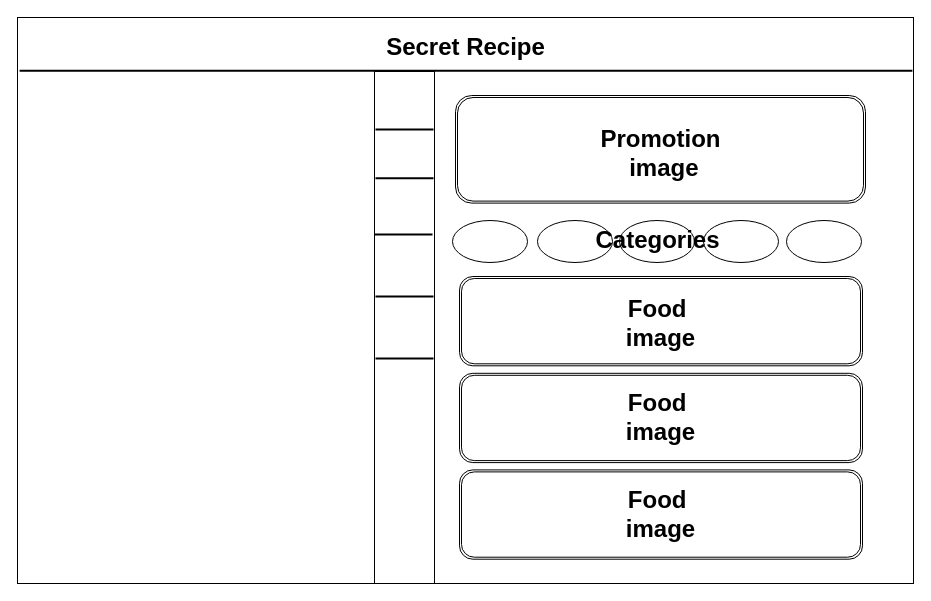
Before: Untitled Diagram.drawio in VisualGitCode/VisualGitCode.github.io, a draw.io diagram. Source tidied: cells renumbered, new cells numbered last; positions are measured from the earlier drawing's top-left corner, leaving out a move shared by most shapes. Both pictures are drawn from the tidied source at 100%, with x=0, y=0 at pixel (17, 17).
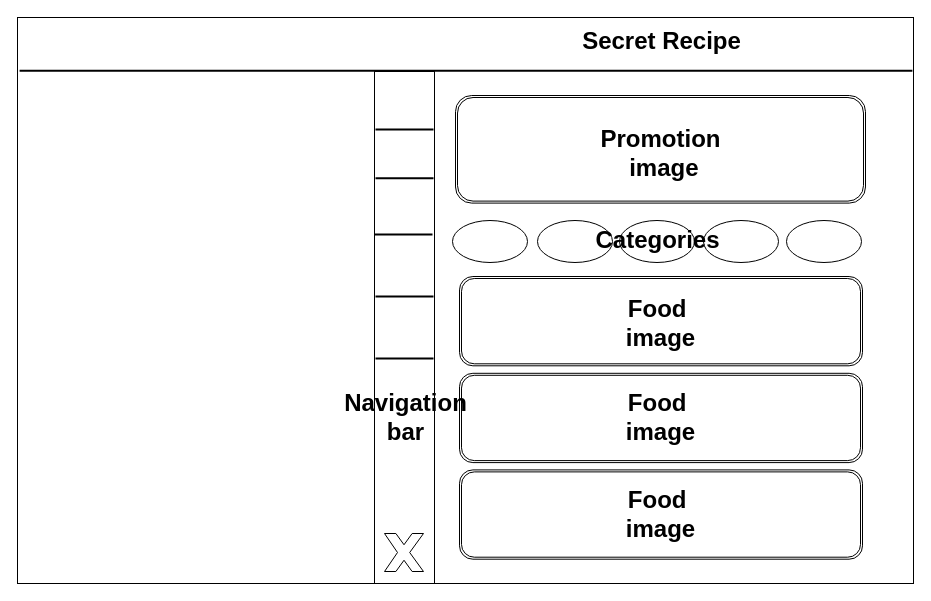
The same page after the edit.

The change refers to these unchanged cells:
```xml
<mxCell id="2" style="group;" parent="1" vertex="1">
  <mxGeometry width="896" height="566" as="geometry" />
</mxCell>
```

Change to the diagram source:
```diff
@@
     <mxCell id="5" value="Secret Recipe" style="text;strokeColor=none;fillColor=none;html=1;fontSize=24;fontStyle=1;verticalAlign=middle;align=center;" parent="2" vertex="1">
-      <mxGeometry x="394.3" y="5.9" width="107.4" height="47.4" as="geometry" />
+      <mxGeometry x="589.8" width="107.4" height="47.4" as="geometry" />
     </mxCell>
@@
+    <mxCell id="31" value="Navigation&lt;div&gt;bar&lt;/div&gt;" style="text;strokeColor=none;fillColor=none;html=1;fontSize=24;fontStyle=1;verticalAlign=middle;align=center;" parent="2" vertex="1">
+      <mxGeometry x="338" y="380.3" width="100" height="40" as="geometry" />
+    </mxCell>
+    <mxCell id="32" style="verticalLabelPosition=bottom;verticalAlign=top;html=1;shape=mxgraph.basic.x;" parent="2" vertex="1">
+      <mxGeometry x="367" y="516" width="39" height="38" as="geometry" />
+    </mxCell>
```
